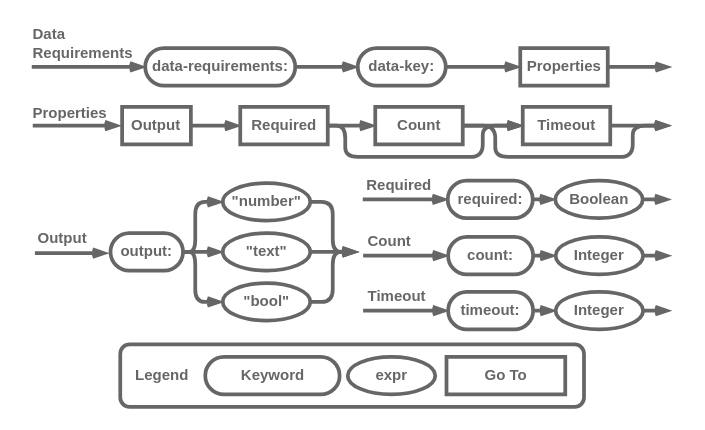
This is 3. Proyecto/metamodel/Railroad Data Requirements.drawio from MrDahaniel/StarDuck, a draw.io file, before an edit. Source tidied: cells renumbered, new cells numbered last; positions are measured from the earlier drawing's top-left corner, leaving out a move shared by most shapes. Both pictures are drawn from the tidied source at 125%, with x=0, y=0 at pixel (30, 24).
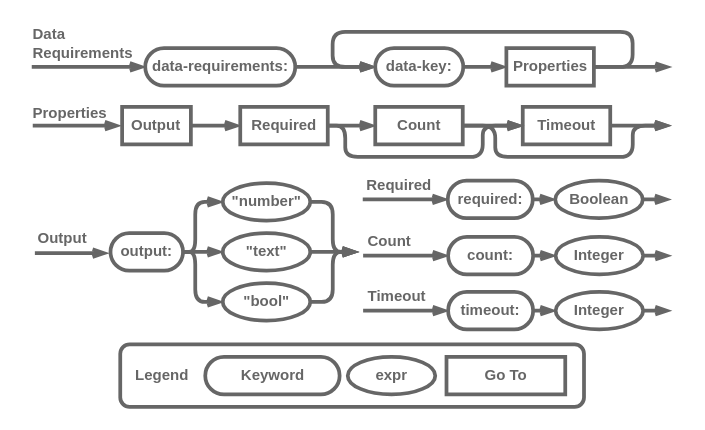
After the change.

The change refers to these unchanged cells:
```xml
<mxCell id="2" style="group;" parent="1" vertex="1">
  <mxGeometry x="-0.4" width="512.5" height="306" as="geometry" />
</mxCell>
```

The edit, as a diff of the source:
```diff
@@
     <mxCell id="11" value="&lt;font color=&quot;#666666&quot;&gt;&lt;b&gt;data-key:&lt;/b&gt;&lt;/font&gt;" style="rounded=1;whiteSpace=wrap;html=1;strokeColor=#666666;fontFamily=Helvetica;fontSize=12;fontColor=#143642;fillColor=#ffffff;arcSize=50;fontStyle=0;shadow=0;labelBackgroundColor=none;align=center;verticalAlign=middle;strokeWidth=3;" parent="2" vertex="1">
-      <mxGeometry x="262.1" y="19" width="70.4" height="30" as="geometry" />
+      <mxGeometry x="276.1" y="19" width="70.4" height="30" as="geometry" />
     </mxCell>
@@
+    <mxCell id="62" style="edgeStyle=orthogonalEdgeStyle;shape=connector;curved=0;rounded=1;jettySize=auto;html=1;exitX=1;exitY=0.5;exitDx=0;exitDy=0;entryX=0;entryY=0.5;entryDx=0;entryDy=0;labelBackgroundColor=default;strokeColor=#666666;strokeWidth=3;fontFamily=Helvetica;fontSize=11;fontColor=default;startArrow=none;startFill=0;endArrow=openThin;endFill=0;" parent="2" edge="1" source="20" target="11">
+      <mxGeometry relative="1" as="geometry">
+        <Array as="points">
+          <mxPoint x="482" y="34" />
+          <mxPoint x="482" y="6" />
+          <mxPoint x="242" y="6" />
+          <mxPoint x="242" y="34" />
+        </Array>
+      </mxGeometry>
+    </mxCell>
     <mxCell id="20" value="&lt;font color=&quot;#666666&quot;&gt;&lt;b&gt;Properties&lt;/b&gt;&lt;/font&gt;" style="rounded=1;whiteSpace=wrap;html=1;strokeColor=#666666;fontFamily=Helvetica;fontSize=12;fontColor=#143642;fillColor=#FFFFFF;arcSize=0;fontStyle=0;shadow=0;labelBackgroundColor=none;strokeWidth=3;" parent="2" vertex="1">
-      <mxGeometry x="392.1" y="19" width="70" height="30" as="geometry" />
+      <mxGeometry x="381" y="19" width="70" height="30" as="geometry" />
     </mxCell>
```
